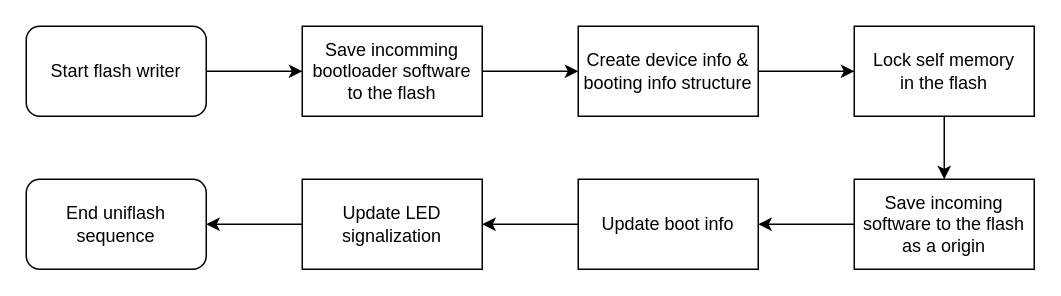
Above: schematic/05-sw-flow-flashwriter.drawio in petrkucerak/diplom-thesis (draw.io), before the change. Source tidied: cells renumbered, new cells numbered last; positions are measured from the earlier drawing's top-left corner, leaving out a move shared by most shapes. Both pictures are drawn from the tidied source at 150%, with x=0, y=0 at pixel (26, 26).
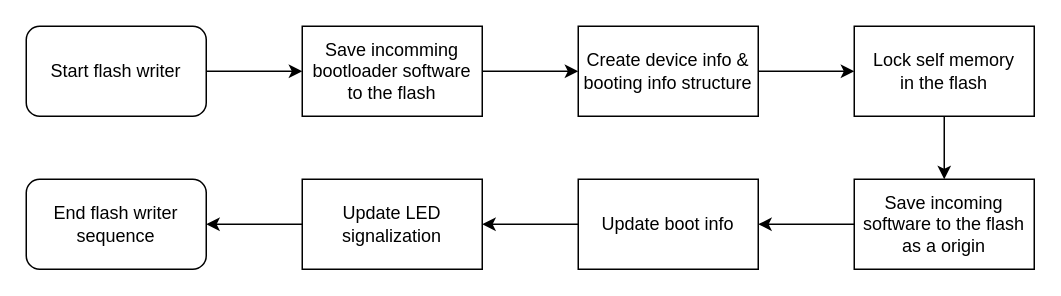
Above is the later version.

Commit message (it also covers changes not shown here):
Change uniflash to flash writer

Diff of the diagram source:
```diff
@@
 <mxGraphModel>
   <root>
     <mxCell id="0" />
     <mxCell id="1" parent="0" />
     <mxCell id="2" style="edgeStyle=none;html=1;exitX=1;exitY=0.5;exitDx=0;exitDy=0;" parent="1" edge="1" source="3" target="16">
       <mxGeometry relative="1" as="geometry" />
     </mxCell>
     <mxCell id="3" value="Start flash writer" style="rounded=1;whiteSpace=wrap;html=1;flipV=0;flipH=1;" parent="1" vertex="1">
       <mxGeometry width="120" height="60" as="geometry" />
     </mxCell>
     <mxCell id="4" style="edgeStyle=none;html=1;exitX=1;exitY=0.5;exitDx=0;exitDy=0;" parent="1" edge="1" source="5" target="7">
       <mxGeometry relative="1" as="geometry" />
     </mxCell>
     <mxCell id="5" value="Create device info &amp;amp; booting info structure" style="rounded=0;whiteSpace=wrap;html=1;flipV=0;flipH=1;" parent="1" vertex="1">
       <mxGeometry x="368" width="120" height="60" as="geometry" />
     </mxCell>
     <mxCell id="6" style="edgeStyle=none;html=1;exitX=0.5;exitY=1;exitDx=0;exitDy=0;" parent="1" edge="1" source="7" target="9">
       <mxGeometry relative="1" as="geometry" />
     </mxCell>
     <mxCell id="7" value="Lock self memory&lt;br&gt;in the flash" style="rounded=0;whiteSpace=wrap;html=1;flipV=0;flipH=1;" parent="1" vertex="1">
       <mxGeometry x="552" width="120" height="60" as="geometry" />
     </mxCell>
     <mxCell id="8" style="edgeStyle=none;html=1;exitX=0;exitY=0.5;exitDx=0;exitDy=0;" parent="1" edge="1" source="9" target="11">
       <mxGeometry relative="1" as="geometry" />
     </mxCell>
     <mxCell id="9" value="Save incoming software to the flash as a origin" style="rounded=0;whiteSpace=wrap;html=1;flipV=0;flipH=1;" parent="1" vertex="1">
       <mxGeometry x="552" y="102" width="120" height="60" as="geometry" />
     </mxCell>
     <mxCell id="10" style="edgeStyle=none;html=1;exitX=0;exitY=0.5;exitDx=0;exitDy=0;" parent="1" edge="1" source="11" target="14">
       <mxGeometry relative="1" as="geometry" />
     </mxCell>
     <mxCell id="11" value="Update boot info" style="rounded=0;whiteSpace=wrap;html=1;flipV=0;flipH=1;" parent="1" vertex="1">
       <mxGeometry x="368" y="102" width="120" height="60" as="geometry" />
     </mxCell>
-    <mxCell id="12" value="End uniflash sequence" style="rounded=1;whiteSpace=wrap;html=1;flipV=0;flipH=1;" parent="1" vertex="1">
+    <mxCell id="12" value="End flash writer sequence" style="rounded=1;whiteSpace=wrap;html=1;flipV=0;flipH=1;" parent="1" vertex="1">
       <mxGeometry y="102" width="120" height="60" as="geometry" />
     </mxCell>
     <mxCell id="13" style="edgeStyle=none;html=1;exitX=0;exitY=0.5;exitDx=0;exitDy=0;" parent="1" edge="1" source="14" target="12">
       <mxGeometry relative="1" as="geometry" />
     </mxCell>
     <mxCell id="14" value="Update LED signalization" style="rounded=0;whiteSpace=wrap;html=1;flipV=0;flipH=1;" parent="1" vertex="1">
       <mxGeometry x="184" y="102" width="120" height="60" as="geometry" />
     </mxCell>
     <mxCell id="15" style="edgeStyle=none;html=1;exitX=1;exitY=0.5;exitDx=0;exitDy=0;" parent="1" edge="1" source="16" target="5">
       <mxGeometry relative="1" as="geometry" />
     </mxCell>
     <mxCell id="16" value="Save incomming bootloader software to the flash" style="rounded=0;whiteSpace=wrap;html=1;flipV=0;flipH=1;" parent="1" vertex="1">
       <mxGeometry x="184" width="120" height="60" as="geometry" />
     </mxCell>
   </root>
 </mxGraphModel>
```
